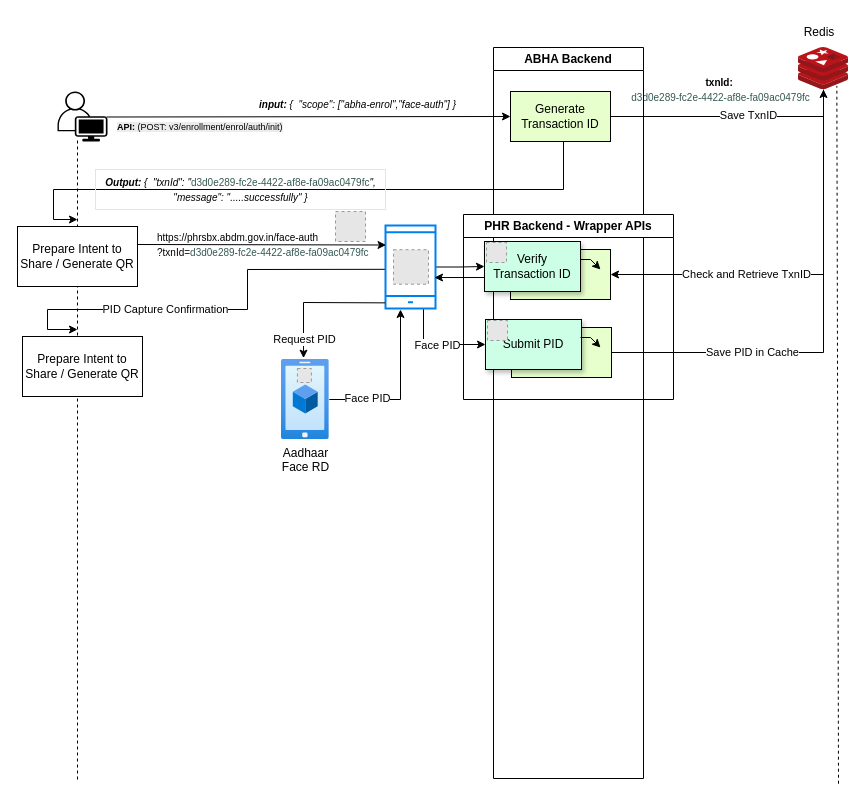
The draw.io diagram Face_auth_without_pid_workflow.drawio in maddy23285/policies, before the edit. Source tidied: cells renumbered, new cells numbered last; positions are measured from the earlier drawing's top-left corner, leaving out a move shared by most shapes. Both pictures are drawn from the tidied source at 100%, with x=0, y=0 at pixel (17, 17). Pictures stored in the file or linked from it are replaced by grey dashed boxes.
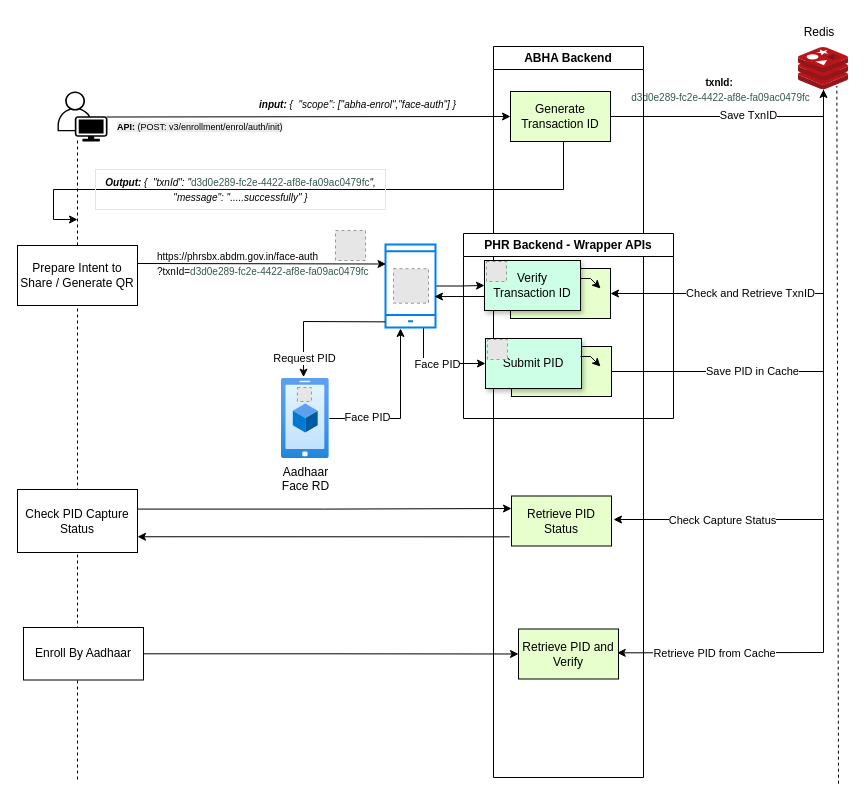
After the change.

The change refers to these unchanged cells:
```xml
<mxCell id="13" style="image;sketch=0;html=1;points=[];align=center;fontSize=12;image=img/lib/mscae/Cache_Redis_Product.svg;" parent="1" vertex="1">
  <mxGeometry x="781" y="30" width="50" height="42" as="geometry" />
</mxCell>
<mxCell id="27" style="rounded=0;whiteSpace=wrap;html=1;fillColor=#E6FFCC;" parent="26" vertex="1">
  <mxGeometry x="47" y="35" width="100" height="50" as="geometry" />
</mxCell>
<mxCell id="28" value="Verify &lt;br&gt;Transaction ID" style="rounded=0;whiteSpace=wrap;html=1;fillColor=#CCFFE6;shadow=1;" parent="26" vertex="1">
  <mxGeometry x="21" y="27" width="96" height="50" as="geometry" />
</mxCell>
<mxCell id="31" style="rounded=0;whiteSpace=wrap;html=1;fillColor=#E6FFCC;" parent="26" vertex="1">
  <mxGeometry x="48" y="113" width="100" height="50" as="geometry" />
</mxCell>
<mxCell id="32" value="Submit PID" style="rounded=0;whiteSpace=wrap;html=1;fillColor=#CCFFE6;shadow=1;" parent="26" vertex="1">
  <mxGeometry x="22" y="105" width="96" height="50" as="geometry" />
</mxCell>
```

What changed in the source:
```diff
@@
     <mxCell id="11" style="edgeStyle=orthogonalEdgeStyle;rounded=0;jettySize=auto;html=1;entryX=1;entryY=0.5;entryDx=0;entryDy=0;" parent="1" edge="1" source="13" target="27">
       <mxGeometry relative="1" as="geometry">
         <Array as="points">
-          <mxPoint x="806" y="257" />
+          <mxPoint x="806" y="276" />
         </Array>
       </mxGeometry>
     </mxCell>
@@
     <mxCell id="17" value="Prepare Intent to Share / Generate QR" style="rounded=0;whiteSpace=wrap;html=1;" parent="1" vertex="1">
-      <mxGeometry y="209" width="120" height="60" as="geometry" />
+      <mxGeometry y="228" width="120" height="60" as="geometry" />
     </mxCell>
@@
     <mxCell id="19" style="edgeStyle=orthogonalEdgeStyle;rounded=0;jettySize=auto;html=1;entryX=0;entryY=0.5;entryDx=0;entryDy=0;" parent="1" edge="1" source="21" target="32">
       <mxGeometry relative="1" as="geometry">
         <Array as="points">
-          <mxPoint x="406" y="327" />
+          <mxPoint x="406" y="346" />
         </Array>
       </mxGeometry>
     </mxCell>
@@
     <mxCell id="21" style="html=1;verticalLabelPosition=bottom;align=center;labelBackgroundColor=#ffffff;verticalAlign=top;strokeWidth=2;strokeColor=#0080F0;shadow=0;dashed=0;shape=mxgraph.ios7.icons.smartphone;" parent="1" vertex="1">
-      <mxGeometry x="368" y="208" width="50" height="83" as="geometry" />
+      <mxGeometry x="368" y="227" width="50" height="83" as="geometry" />
     </mxCell>
     <mxCell id="22" style="edgeStyle=orthogonalEdgeStyle;rounded=0;jettySize=auto;html=1;entryX=0.011;entryY=0.235;entryDx=0;entryDy=0;entryPerimeter=0;" parent="1" edge="1" target="21">
       <mxGeometry relative="1" as="geometry">
-        <mxPoint x="120" y="227" as="sourcePoint" />
+        <mxPoint x="120" y="246" as="sourcePoint" />
       </mxGeometry>
     </mxCell>
     <mxCell id="23" style="fillColor=#E6E6E6;strokeColor=#999999;dashed=1;html=1;verticalAlign=top;verticalLabelPosition=bottom;labelBackgroundColor=#ffffff;" parent="1" vertex="1">
-      <mxGeometry x="318" y="194" width="30" height="30" as="geometry" />
+      <mxGeometry x="318" y="213" width="30" height="30" as="geometry" />
     </mxCell>
     <mxCell id="24" value="&lt;font style=&quot;&quot; size=&quot;1&quot;&gt;&lt;span style=&quot;font-style: normal;&quot;&gt;https://phrsbx.abdm.gov.in/face-auth&lt;br&gt;?txnId=&lt;/span&gt;&lt;/font&gt;&lt;span style=&quot;font-size: x-small; font-style: normal;&quot;&gt;&lt;font style=&quot;color: rgb(53, 88, 81);&quot;&gt;d3d0e289-fc2e-4422-af8e-fa09ac0479fc&lt;/font&gt;&lt;/span&gt;" style="text;html=1;align=left;verticalAlign=middle;strokeColor=none;fillColor=none;fontStyle=2;" parent="1" vertex="1">
-      <mxGeometry x="138" y="207" width="240" height="40" as="geometry" />
+      <mxGeometry x="138" y="226" width="240" height="40" as="geometry" />
     </mxCell>
     <mxCell id="25" value="ABHA Backend" style="swimlane;whiteSpace=wrap;html=1;" parent="1" vertex="1">
-      <mxGeometry x="476" y="30" width="150" height="731" as="geometry" />
+      <mxGeometry x="476" y="29" width="150" height="731" as="geometry" />
     </mxCell>
+    <mxCell id="49" value="Retrieve PID Status" style="rounded=0;whiteSpace=wrap;html=1;fillColor=#E6FFCC;" parent="25" vertex="1">
+      <mxGeometry x="18" y="449.5" width="100" height="50" as="geometry" />
+    </mxCell>
+    <mxCell id="50" value="Retrieve PID and Verify" style="rounded=0;whiteSpace=wrap;html=1;fillColor=#E6FFCC;" parent="25" vertex="1">
+      <mxGeometry x="25" y="582.5" width="100" height="50" as="geometry" />
+    </mxCell>
     <mxCell id="26" value="PHR Backend - Wrapper APIs" style="swimlane;whiteSpace=wrap;html=1;" parent="1" vertex="1">
-      <mxGeometry x="446" y="197" width="210" height="185" as="geometry" />
+      <mxGeometry x="446" y="216" width="210" height="185" as="geometry" />
     </mxCell>
@@
     <mxCell id="34" style="edgeStyle=orthogonalEdgeStyle;rounded=0;jettySize=auto;html=1;entryX=0.98;entryY=0.627;entryDx=0;entryDy=0;entryPerimeter=0;exitX=0;exitY=0.75;exitDx=0;exitDy=0;" parent="1" edge="1" source="28" target="21">
       <mxGeometry relative="1" as="geometry">
         <Array as="points">
-          <mxPoint x="467" y="260" />
+          <mxPoint x="467" y="279" />
         </Array>
       </mxGeometry>
     </mxCell>
     <mxCell id="35" style="fillColor=#E6E6E6;strokeColor=#999999;dashed=1;html=1;verticalAlign=top;verticalLabelPosition=bottom;labelBackgroundColor=#ffffff;" parent="1" vertex="1">
-      <mxGeometry x="470" y="303" width="20" height="20" as="geometry" />
+      <mxGeometry x="470" y="322" width="20" height="20" as="geometry" />
     </mxCell>
     <mxCell id="36" value="Aadhaar &lt;br&gt;Face RD" style="image;html=1;points=[];align=center;fontSize=12;image=img/lib/azure2/general/Mobile.svg;" parent="1" vertex="1">
-      <mxGeometry x="264" y="342" width="47.8" height="80" as="geometry" />
+      <mxGeometry x="264" y="361" width="47.8" height="80" as="geometry" />
     </mxCell>
     <mxCell id="37" style="fillColor=#E6E6E6;strokeColor=#999999;dashed=1;html=1;verticalAlign=top;verticalLabelPosition=bottom;labelBackgroundColor=#ffffff;" parent="1" vertex="1">
-      <mxGeometry x="279.9" y="351" width="14" height="14" as="geometry" />
+      <mxGeometry x="279.9" y="370" width="14" height="14" as="geometry" />
     </mxCell>
     <mxCell id="38" style="fillColor=#E6E6E6;strokeColor=#999999;dashed=1;verticalLabelPosition=bottom;labelBackgroundColor=default;verticalAlign=top;" parent="1" vertex="1">
-      <mxGeometry x="376" y="232.2" width="35" height="34.5" as="geometry" />
+      <mxGeometry x="376" y="251.2" width="35" height="34.5" as="geometry" />
     </mxCell>
     <mxCell id="39" style="endArrow=classic;html=1;rounded=0;entryX=0.461;entryY=-0.017;entryDx=0;entryDy=0;entryPerimeter=0;exitX=-0.007;exitY=0.932;exitDx=0;exitDy=0;exitPerimeter=0;" parent="1" edge="1" source="21" target="36">
       <mxGeometry relative="1" as="geometry">
         <Array as="points">
-          <mxPoint x="286" y="285" />
+          <mxPoint x="286" y="304" />
         </Array>
       </mxGeometry>
     </mxCell>
@@
     <mxCell id="43" style="endArrow=none;html=1;rounded=0;exitX=1;exitY=0.5;exitDx=0;exitDy=0;" parent="1" edge="1" source="31">
       <mxGeometry relative="1" as="geometry">
-        <mxPoint x="806" y="252" as="targetPoint" />
+        <mxPoint x="806" y="271" as="targetPoint" />
         <Array as="points">
-          <mxPoint x="806" y="335" />
+          <mxPoint x="806" y="354" />
         </Array>
       </mxGeometry>
     </mxCell>
@@
-    <mxCell id="46" style="endArrow=classic;html=1;rounded=0;exitX=-0.014;exitY=0.528;exitDx=0;exitDy=0;exitPerimeter=0;" parent="1" edge="1" source="21">
-      <mxGeometry relative="1" as="geometry">
-        <mxPoint x="60" y="312" as="targetPoint" />
-        <Array as="points">
-          <mxPoint x="230" y="252" />
-          <mxPoint x="230" y="292" />
-          <mxPoint x="30" y="292" />
-          <mxPoint x="30" y="312" />
-        </Array>
-      </mxGeometry>
-    </mxCell>
-    <mxCell id="47" value="PID Capture Confirmation" style="edgeLabel;html=1;align=center;verticalAlign=middle;" parent="46" vertex="1">
-      <mxGeometry x="0.46" y="-1" relative="1" as="geometry">
-        <mxPoint x="52" as="offset" />
-      </mxGeometry>
-    </mxCell>
+    <mxCell id="51" style="edgeStyle=orthogonalEdgeStyle;rounded=0;jettySize=auto;html=1;exitX=0.99;exitY=0.311;exitDx=0;exitDy=0;exitPerimeter=0;entryX=0;entryY=0.25;entryDx=0;entryDy=0;" parent="1" edge="1" source="48" target="49">
+      <mxGeometry relative="1" as="geometry" />
+    </mxCell>
-    <mxCell id="48" value="Prepare Intent to Share / Generate QR" style="rounded=0;whiteSpace=wrap;html=1;" parent="1" vertex="1">
-      <mxGeometry x="5" y="319" width="120" height="60" as="geometry" />
+    <mxCell id="48" value="Check PID Capture Status" style="rounded=0;whiteSpace=wrap;html=1;" parent="1" vertex="1">
+      <mxGeometry y="472" width="120" height="63" as="geometry" />
     </mxCell>
+    <mxCell id="52" style="endArrow=classic;html=1;rounded=0;" parent="1" edge="1">
+      <mxGeometry relative="1" as="geometry">
+        <mxPoint x="806" y="332" as="sourcePoint" />
+        <mxPoint x="596" y="502" as="targetPoint" />
+        <Array as="points">
+          <mxPoint x="806" y="502" />
+        </Array>
+      </mxGeometry>
+    </mxCell>
+    <mxCell id="53" value="Check Capture Status" style="edgeLabel;html=1;align=center;verticalAlign=middle;" parent="52" vertex="1">
+      <mxGeometry x="0.43" relative="1" as="geometry" />
+    </mxCell>
+    <mxCell id="54" style="endArrow=classic;html=1;rounded=0;entryX=1;entryY=0.75;entryDx=0;entryDy=0;exitX=-0.018;exitY=0.817;exitDx=0;exitDy=0;exitPerimeter=0;" parent="1" edge="1" source="49" target="48">
+      <mxGeometry relative="1" as="geometry" />
+    </mxCell>
+    <mxCell id="55" style="endArrow=classic;html=1;rounded=0;entryX=0.987;entryY=0.477;entryDx=0;entryDy=0;entryPerimeter=0;" parent="1" edge="1" target="50">
+      <mxGeometry relative="1" as="geometry">
+        <mxPoint x="806" y="502" as="sourcePoint" />
+        <Array as="points">
+          <mxPoint x="806" y="635" />
+        </Array>
+      </mxGeometry>
+    </mxCell>
+    <mxCell id="56" value="Retrieve PID from Cache" style="edgeLabel;html=1;align=center;verticalAlign=middle;" parent="55" vertex="1">
+      <mxGeometry x="0.43" relative="1" as="geometry" />
+    </mxCell>
+    <mxCell id="57" style="edgeStyle=orthogonalEdgeStyle;rounded=0;jettySize=auto;html=1;entryX=0;entryY=0.5;entryDx=0;entryDy=0;" parent="1" edge="1" source="58" target="50">
+      <mxGeometry relative="1" as="geometry" />
+    </mxCell>
+    <mxCell id="58" value="Enroll By Aadhaar" style="rounded=0;whiteSpace=wrap;html=1;" parent="1" vertex="1">
+      <mxGeometry x="6" y="610" width="120" height="52.5" as="geometry" />
+    </mxCell>
```
